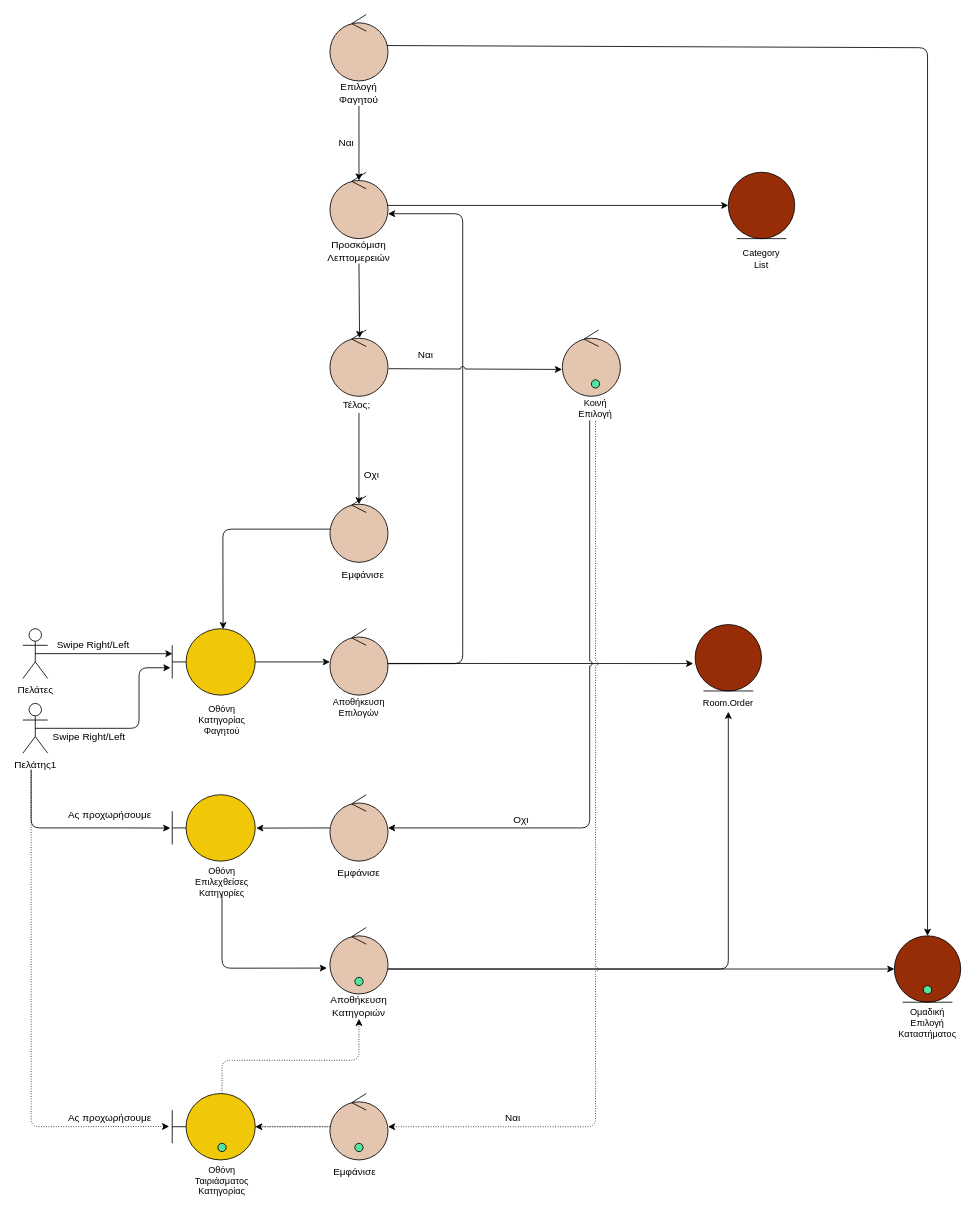
This is docs/contributions/JoannaAgo/Phase_5/Team Choice - Category/Team_Choice_Category_Robustness.drawio from iloudaros/nomnomr, a draw.io file, before an edit. Source tidied: cells renumbered, new cells numbered last; positions are measured from the earlier drawing's top-left corner, leaving out a move shared by most shapes. Both pictures are drawn from the tidied source at 83%, with x=0, y=0 at pixel (22, 14).
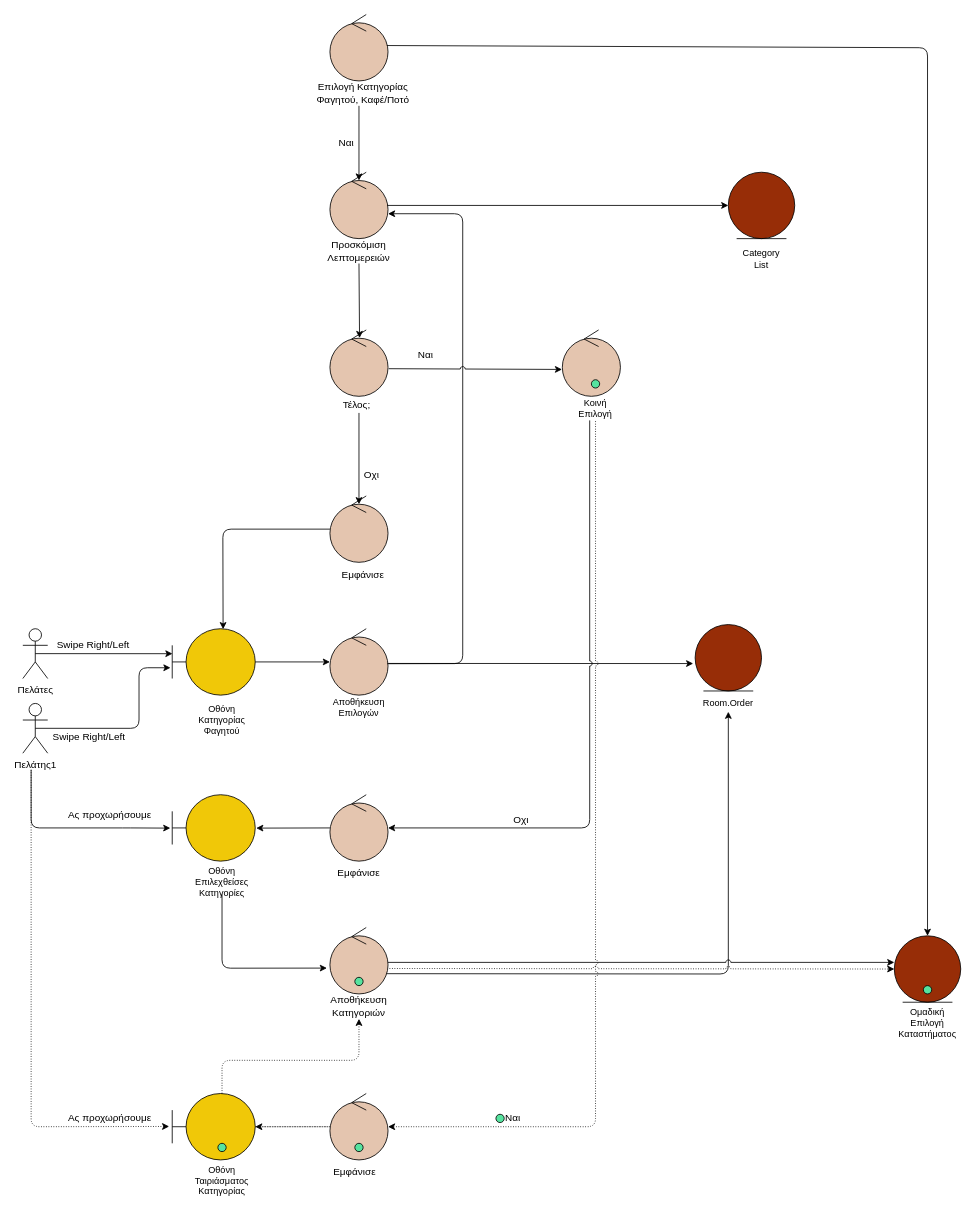
After the change.

Commit message:
team choice category small corrections

The change refers to these unchanged cells:
```xml
<mxCell id="13" style="ellipse;shape=umlEntity;whiteSpace=wrap;html=1;fontSize=11;fillColor=#972D07;" parent="1" vertex="1">
  <mxGeometry x="1050" y="1110" width="80" height="80" as="geometry" />
</mxCell>
<mxCell id="48" style="ellipse;shape=umlControl;whiteSpace=wrap;html=1;fontSize=12;fillColor=#E4C5AF;" parent="1" vertex="1">
  <mxGeometry x="370" y="1100" width="70" height="80" as="geometry" />
</mxCell>
```

Change to the diagram source:
```diff
@@
-    <mxCell id="25" value="Επιλογή Φαγητού" style="text;html=1;strokeColor=none;fillColor=none;align=center;verticalAlign=middle;whiteSpace=wrap;rounded=0;fontSize=12;" parent="1" vertex="1">
-      <mxGeometry x="375" y="80" width="60" height="30" as="geometry" />
+    <mxCell id="25" value="Επιλογή Κατηγορίας Φαγητού, Καφέ/Ποτό" style="text;html=1;strokeColor=none;fillColor=none;align=center;verticalAlign=middle;whiteSpace=wrap;rounded=0;fontSize=12;" parent="1" vertex="1">
+      <mxGeometry x="350.3" y="80" width="119.7" height="30" as="geometry" />
     </mxCell>
-    <mxCell id="26" style="endArrow=classic;html=1;rounded=0;fontSize=12;startArrow=none;exitX=0.5;exitY=1;exitDx=0;exitDy=0;" parent="1" edge="1" source="25">
+    <mxCell id="26" style="endArrow=classic;html=1;rounded=0;fontSize=12;startArrow=none;" parent="1" edge="1">
       <mxGeometry relative="1" as="geometry">
+        <mxPoint x="405" y="110" as="sourcePoint" />
         <mxPoint x="405" y="200" as="targetPoint" />
       </mxGeometry>
     </mxCell>
@@
-    <mxCell id="51" style="endArrow=classic;html=1;rounded=1;fontSize=11;" parent="1" edge="1">
+    <mxCell id="51" style="endArrow=classic;html=1;rounded=1;fontSize=11;exitX=0.975;exitY=0.695;exitDx=0;exitDy=0;exitPerimeter=0;jumpStyle=arc;" parent="1" edge="1" source="48">
       <mxGeometry relative="1" as="geometry">
-        <mxPoint x="440" y="1150" as="sourcePoint" />
         <mxPoint x="850" y="840" as="targetPoint" />
         <Array as="points">
-          <mxPoint x="850" y="1150" />
+          <mxPoint x="850" y="1156" />
         </Array>
       </mxGeometry>
     </mxCell>
-    <mxCell id="52" style="endArrow=classic;html=1;rounded=0;fontSize=11;" parent="1" edge="1">
-      <mxGeometry relative="1" as="geometry">
-        <mxPoint x="440" y="1150" as="sourcePoint" />
-        <mxPoint x="1050" y="1150" as="targetPoint" />
-      </mxGeometry>
+    <mxCell id="52" style="endArrow=classic;html=1;rounded=0;fontSize=11;exitX=1;exitY=0.525;exitDx=0;exitDy=0;exitPerimeter=0;entryX=0;entryY=0.4;entryDx=0;entryDy=0;entryPerimeter=0;jumpStyle=arc;" parent="1" edge="1" source="48" target="13">
+      <mxGeometry relative="1" as="geometry" />
     </mxCell>
@@
+    <mxCell id="70" style="endArrow=classic;html=1;rounded=1;fontSize=11;entryX=0;entryY=0.5;entryDx=0;entryDy=0;dashed=1;dashPattern=1 2;exitX=1.025;exitY=0.617;exitDx=0;exitDy=0;exitPerimeter=0;jumpStyle=arc;" parent="1" edge="1" source="48" target="13">
+      <mxGeometry relative="1" as="geometry">
+        <Array as="points">
+          <mxPoint x="490" y="1150" />
+        </Array>
+      </mxGeometry>
+    </mxCell>
+    <mxCell id="71" style="shape=ellipse;fillColor=#56E39F;strokeColor=default;html=1;sketch=0;fontColor=#56E39F;" parent="1" vertex="1">
+      <mxGeometry x="570" y="1325" width="10" height="10" as="geometry" />
+    </mxCell>
```
